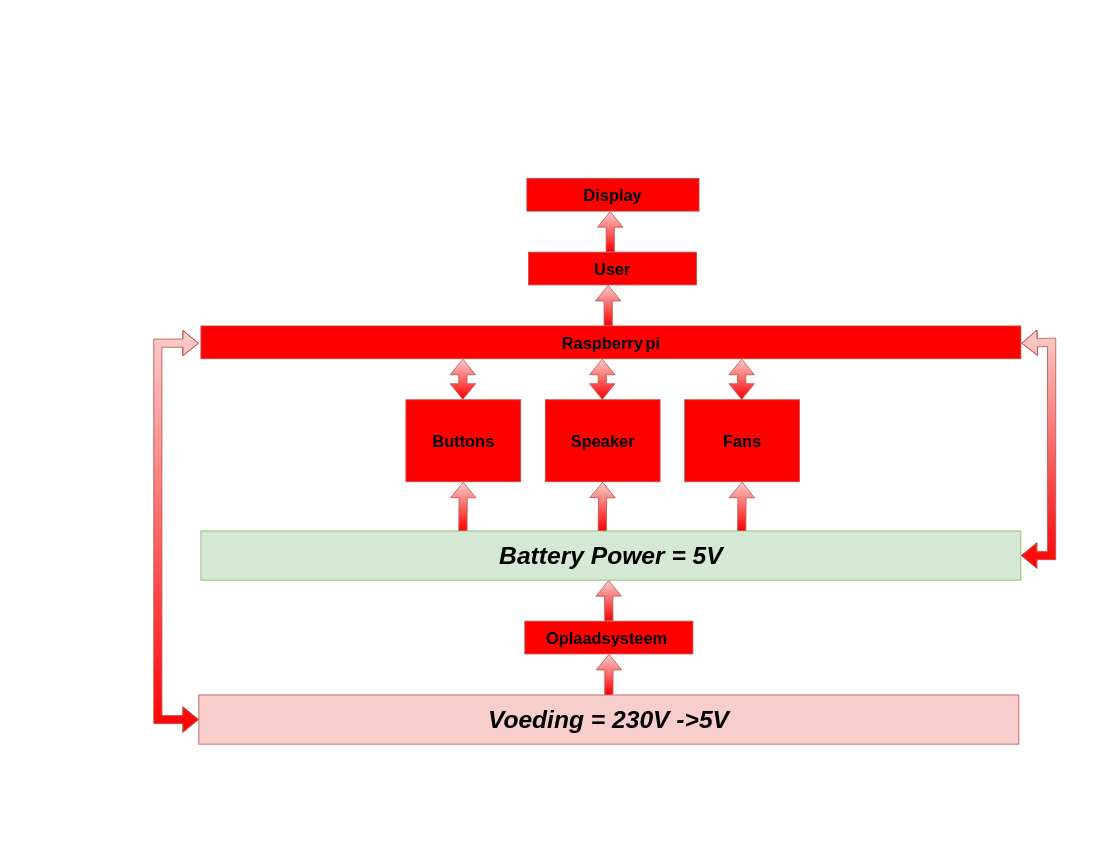
Before: page "Pagina-1" (1 of 2) of Circuits-Schema's/architecture.drawio in vives-project-xp/HandheldRetropie, a draw.io diagram. Source tidied: cells renumbered, new cells numbered last; positions are measured from the earlier drawing's top-left corner, leaving out a move shared by most shapes. Both pictures are drawn from the tidied source at 82%, with x=0, y=0 at pixel (157, 178).
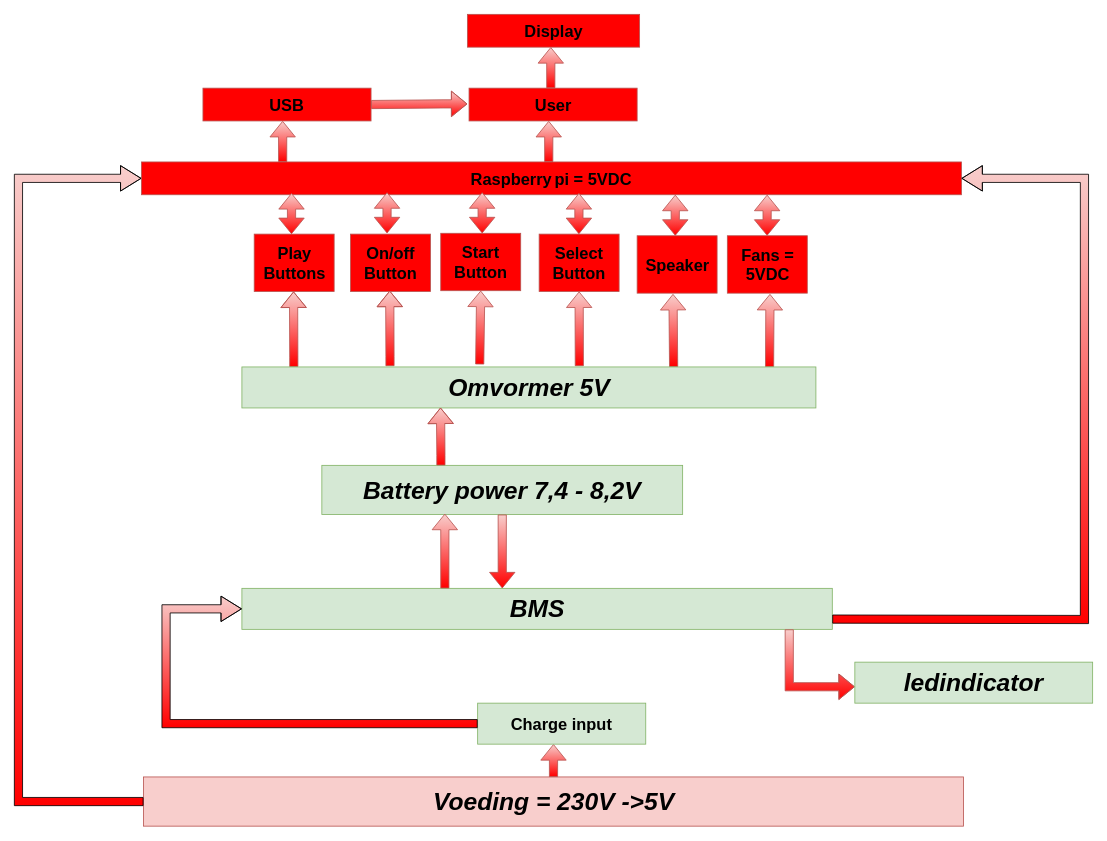
After the change.

What changed in the source:
```diff
@@
-    <mxCell id="2" value="&lt;font style=&quot;font-size: 30px;&quot;&gt;&lt;b&gt;&lt;i&gt;Battery Power = 5V&lt;/i&gt;&lt;/b&gt;&lt;/font&gt;" style="text;html=1;align=center;verticalAlign=middle;whiteSpace=wrap;rounded=0;fillColor=#d5e8d4;strokeColor=#82b366;" parent="1" vertex="1">
-      <mxGeometry x="52.5" y="430" width="1000" height="60" as="geometry" />
+    <mxCell id="2" value="&lt;span style=&quot;font-size: 30px;&quot;&gt;&lt;b&gt;&lt;i&gt;Battery power 7,4 - 8,2V&lt;/i&gt;&lt;/b&gt;&lt;/span&gt;" style="text;html=1;align=center;verticalAlign=middle;whiteSpace=wrap;rounded=0;fillColor=#d5e8d4;strokeColor=#82b366;" parent="1" vertex="1">
+      <mxGeometry x="200" y="350" width="440" height="60" as="geometry" />
     </mxCell>
     <mxCell id="3" value="&lt;b&gt;&lt;i&gt;&lt;font style=&quot;font-size: 30px;&quot;&gt;Voeding = 230V -&amp;gt;5V&lt;/font&gt;&lt;/i&gt;&lt;/b&gt;" style="rounded=0;whiteSpace=wrap;html=1;fillColor=#f8cecc;strokeColor=#b85450;" parent="1" vertex="1">
-      <mxGeometry x="50" y="630" width="1000" height="60" as="geometry" />
+      <mxGeometry x="-17.5" y="730" width="1000" height="60" as="geometry" />
     </mxCell>
-    <mxCell id="4" value="&lt;b&gt;&lt;font style=&quot;font-size: 20px;&quot;&gt;Buttons&lt;/font&gt;&lt;/b&gt;" style="rounded=0;whiteSpace=wrap;html=1;fillColor=#FF0000;gradientColor=#FF0000;strokeColor=#b85450;" parent="1" vertex="1">
-      <mxGeometry x="302.5" y="270" width="140" height="100" as="geometry" />
+    <mxCell id="4" value="&lt;b&gt;&lt;font style=&quot;font-size: 20px;&quot;&gt;Play Buttons&lt;/font&gt;&lt;/b&gt;" style="rounded=0;whiteSpace=wrap;html=1;fillColor=#FF0000;gradientColor=#FF0000;strokeColor=#b85450;" parent="1" vertex="1">
+      <mxGeometry x="117.5" y="68" width="97.5" height="70" as="geometry" />
     </mxCell>
     <mxCell id="5" value="&lt;font style=&quot;font-size: 20px;&quot;&gt;&lt;b&gt;Speaker&lt;/b&gt;&lt;/font&gt;" style="rounded=0;whiteSpace=wrap;html=1;fillColor=#FF0000;gradientColor=#FF0000;strokeColor=#b85450;" parent="1" vertex="1">
-      <mxGeometry x="472.5" y="270" width="140" height="100" as="geometry" />
+      <mxGeometry x="584.5" y="70" width="97.5" height="70" as="geometry" />
     </mxCell>
     <mxCell id="6" value="&lt;font style=&quot;font-size: 20px;&quot;&gt;&lt;b&gt;Display&lt;/b&gt;&lt;/font&gt;" style="rounded=0;whiteSpace=wrap;html=1;fillColor=#FF0000;gradientColor=#FF0000;strokeColor=#b85450;" parent="1" vertex="1">
-      <mxGeometry x="450" width="210" height="40" as="geometry" />
+      <mxGeometry x="377.5" y="-200" width="210" height="40" as="geometry" />
     </mxCell>
-    <mxCell id="7" style="shape=flexArrow;endArrow=classic;html=1;rounded=0;fillColor=#f8cecc;strokeColor=#b85450;gradientColor=#FF0000;entryX=0.5;entryY=1;entryDx=0;entryDy=0;" parent="1" edge="1" target="4">
-      <mxGeometry relative="1" as="geometry">
-        <mxPoint x="372" y="430" as="sourcePoint" />
-      </mxGeometry>
-    </mxCell>
-    <mxCell id="8" style="shape=flexArrow;endArrow=classic;html=1;rounded=0;fillColor=#f8cecc;strokeColor=#b85450;gradientColor=#FF0000;entryX=0.5;entryY=1;entryDx=0;entryDy=0;" parent="1" edge="1">
+    <mxCell id="8" style="shape=flexArrow;endArrow=classic;html=1;rounded=0;fillColor=#f8cecc;strokeColor=#b85450;gradientColor=#FF0000;" parent="1" edge="1">
       <mxGeometry relative="1" as="geometry">
-        <mxPoint x="542" y="430" as="sourcePoint" />
-        <mxPoint x="542.5" y="370" as="targetPoint" />
+        <mxPoint x="629" y="230" as="sourcePoint" />
+        <mxPoint x="628.2" y="141" as="targetPoint" />
       </mxGeometry>
     </mxCell>
-    <mxCell id="9" value="&lt;b&gt;&lt;font style=&quot;font-size: 20px;&quot;&gt;Raspberry&lt;/font&gt; &lt;font style=&quot;font-size: 20px;&quot;&gt;pi&lt;/font&gt;&lt;/b&gt;" style="rounded=0;whiteSpace=wrap;html=1;fillColor=#FF0000;gradientColor=#FF0000;strokeColor=#b85450;" parent="1" vertex="1">
-      <mxGeometry x="52.5" y="180" width="1000" height="40" as="geometry" />
+    <mxCell id="9" value="&lt;b&gt;&lt;font style=&quot;font-size: 20px;&quot;&gt;Raspberry&lt;/font&gt; &lt;font style=&quot;font-size: 20px;&quot;&gt;pi = 5VDC&lt;/font&gt;&lt;/b&gt;" style="rounded=0;whiteSpace=wrap;html=1;fillColor=#FF0000;gradientColor=#FF0000;strokeColor=#b85450;" parent="1" vertex="1">
+      <mxGeometry x="-20" y="-20" width="1000" height="40" as="geometry" />
     </mxCell>
     <mxCell id="10" style="shape=flexArrow;endArrow=classic;startArrow=classic;html=1;rounded=0;fillColor=#f8cecc;gradientColor=#ff0000;strokeColor=#b85450;" parent="1" edge="1">
       <mxGeometry relative="1" as="geometry">
-        <mxPoint x="372" y="270" as="sourcePoint" />
-        <mxPoint x="372" y="220" as="targetPoint" />
+        <mxPoint x="163" y="68" as="sourcePoint" />
+        <mxPoint x="163" y="18" as="targetPoint" />
       </mxGeometry>
     </mxCell>
     <mxCell id="11" style="shape=flexArrow;endArrow=classic;startArrow=classic;html=1;rounded=0;fillColor=#f8cecc;gradientColor=#ff0000;strokeColor=#b85450;" parent="1" edge="1">
       <mxGeometry relative="1" as="geometry">
-        <mxPoint x="542" y="270" as="sourcePoint" />
-        <mxPoint x="542" y="220" as="targetPoint" />
+        <mxPoint x="631" y="70" as="sourcePoint" />
+        <mxPoint x="631" y="20" as="targetPoint" />
       </mxGeometry>
     </mxCell>
-    <mxCell id="12" style="shape=flexArrow;endArrow=classic;startArrow=classic;html=1;rounded=0;fillColor=#f8cecc;gradientColor=#ff0000;strokeColor=#b85450;exitX=0;exitY=0.5;exitDx=0;exitDy=0;" parent="1" edge="1" source="3">
-      <mxGeometry relative="1" as="geometry">
-        <mxPoint x="50" y="201" as="targetPoint" />
-        <Array as="points">
-          <mxPoint y="660" />
-          <mxPoint y="301" />
-          <mxPoint y="201" />
-        </Array>
-      </mxGeometry>
-    </mxCell>
-    <mxCell id="13" style="shape=flexArrow;endArrow=classic;startArrow=classic;html=1;rounded=0;fillColor=#f8cecc;gradientColor=#ff0000;strokeColor=#b85450;exitX=1;exitY=0.5;exitDx=0;exitDy=0;" parent="1" edge="1" source="2">
-      <mxGeometry relative="1" as="geometry">
-        <mxPoint x="1053" y="201" as="targetPoint" />
-        <Array as="points">
-          <mxPoint x="1090" y="460" />
-          <mxPoint x="1090" y="290" />
-          <mxPoint x="1090" y="200" />
-        </Array>
-      </mxGeometry>
-    </mxCell>
-    <mxCell id="14" value="&lt;b&gt;&lt;font style=&quot;font-size: 20px;&quot;&gt;Fans&lt;/font&gt;&lt;/b&gt;" style="rounded=0;whiteSpace=wrap;html=1;fillColor=#FF0000;gradientColor=#FF0000;strokeColor=#b85450;" parent="1" vertex="1">
-      <mxGeometry x="642.5" y="270" width="140" height="100" as="geometry" />
+    <mxCell id="14" value="&lt;span style=&quot;font-size: 20px;&quot;&gt;&lt;b&gt;Fans = 5VDC&lt;/b&gt;&lt;/span&gt;" style="rounded=0;whiteSpace=wrap;html=1;fillColor=#FF0000;gradientColor=#FF0000;strokeColor=#b85450;" parent="1" vertex="1">
+      <mxGeometry x="694.5" y="70" width="97.5" height="70" as="geometry" />
     </mxCell>
-    <mxCell id="15" style="shape=flexArrow;endArrow=classic;html=1;rounded=0;fillColor=#f8cecc;strokeColor=#b85450;gradientColor=#FF0000;entryX=0.5;entryY=1;entryDx=0;entryDy=0;" parent="1" edge="1">
+    <mxCell id="15" style="shape=flexArrow;endArrow=classic;html=1;rounded=0;fillColor=#f8cecc;strokeColor=#b85450;gradientColor=#FF0000;" parent="1" edge="1">
       <mxGeometry relative="1" as="geometry">
-        <mxPoint x="712" y="430" as="sourcePoint" />
-        <mxPoint x="712.5" y="370" as="targetPoint" />
+        <mxPoint x="746" y="230" as="sourcePoint" />
+        <mxPoint x="746.5" y="141" as="targetPoint" />
       </mxGeometry>
     </mxCell>
     <mxCell id="16" style="shape=flexArrow;endArrow=classic;startArrow=classic;html=1;rounded=0;fillColor=#f8cecc;gradientColor=#ff0000;strokeColor=#b85450;" parent="1" edge="1">
       <mxGeometry relative="1" as="geometry">
-        <mxPoint x="712" y="270" as="sourcePoint" />
-        <mxPoint x="712" y="220" as="targetPoint" />
+        <mxPoint x="743" y="70" as="sourcePoint" />
+        <mxPoint x="743" y="20" as="targetPoint" />
       </mxGeometry>
     </mxCell>
     <mxCell id="17" value="&lt;font style=&quot;font-size: 20px;&quot;&gt;&lt;b&gt;User&lt;/b&gt;&lt;/font&gt;" style="rounded=0;whiteSpace=wrap;html=1;fillColor=#FF0000;gradientColor=#FF0000;strokeColor=#b85450;" parent="1" vertex="1">
-      <mxGeometry x="452" y="90" width="205" height="40" as="geometry" />
+      <mxGeometry x="379.5" y="-110" width="205" height="40" as="geometry" />
     </mxCell>
     <mxCell id="18" style="shape=flexArrow;endArrow=classic;html=1;rounded=0;fillColor=#f8cecc;strokeColor=#b85450;gradientColor=#FF0000;" parent="1" edge="1">
       <mxGeometry relative="1" as="geometry">
-        <mxPoint x="549.2" y="180" as="sourcePoint" />
-        <mxPoint x="549.2" y="130" as="targetPoint" />
+        <mxPoint x="476.7" y="-20" as="sourcePoint" />
+        <mxPoint x="476.7" y="-70" as="targetPoint" />
       </mxGeometry>
     </mxCell>
-    <mxCell id="19" value="&lt;font style=&quot;font-size: 20px;&quot;&gt;&lt;b&gt;Oplaadsysteem&amp;nbsp;&lt;/b&gt;&lt;/font&gt;" style="rounded=0;whiteSpace=wrap;html=1;fillColor=#FF0000;gradientColor=#FF0000;strokeColor=#b85450;" parent="1" vertex="1">
-      <mxGeometry x="447.5" y="540" width="205" height="40" as="geometry" />
-    </mxCell>
-    <mxCell id="20" style="shape=flexArrow;endArrow=classic;html=1;rounded=0;fillColor=#f8cecc;strokeColor=#b85450;gradientColor=#FF0000;entryX=0.5;entryY=1;entryDx=0;entryDy=0;" parent="1" edge="1">
+    <mxCell id="20" style="shape=flexArrow;endArrow=classic;html=1;rounded=0;fillColor=#f8cecc;strokeColor=#b85450;gradientColor=#FF0000;" parent="1" edge="1">
       <mxGeometry relative="1" as="geometry">
-        <mxPoint x="550" y="630" as="sourcePoint" />
-        <mxPoint x="550.2" y="580" as="targetPoint" />
+        <mxPoint x="482.5" y="730" as="sourcePoint" />
+        <mxPoint x="482.5" y="690" as="targetPoint" />
       </mxGeometry>
     </mxCell>
-    <mxCell id="21" style="shape=flexArrow;endArrow=classic;html=1;rounded=0;fillColor=#f8cecc;strokeColor=#b85450;gradientColor=#FF0000;entryX=0.5;entryY=1;entryDx=0;entryDy=0;exitX=0.5;exitY=0;exitDx=0;exitDy=0;" parent="1" edge="1" source="19">
-      <mxGeometry relative="1" as="geometry">
-        <mxPoint x="549.7" y="490" as="targetPoint" />
-      </mxGeometry>
-    </mxCell>
     <mxCell id="22" style="shape=flexArrow;endArrow=classic;html=1;rounded=0;fillColor=#f8cecc;strokeColor=#b85450;gradientColor=#FF0000;" parent="1" edge="1">
       <mxGeometry relative="1" as="geometry">
-        <mxPoint x="551.7" y="90" as="sourcePoint" />
-        <mxPoint x="551.7" y="40" as="targetPoint" />
+        <mxPoint x="479.2" y="-110" as="sourcePoint" />
+        <mxPoint x="479.2" y="-160" as="targetPoint" />
       </mxGeometry>
     </mxCell>
+    <mxCell id="23" value="&lt;span style=&quot;font-size: 20px;&quot;&gt;&lt;b&gt;On/off Button&lt;/b&gt;&lt;/span&gt;" style="rounded=0;whiteSpace=wrap;html=1;fillColor=#FF0000;gradientColor=#FF0000;strokeColor=#b85450;" parent="1" vertex="1">
+      <mxGeometry x="235" y="68" width="97.5" height="70" as="geometry" />
+    </mxCell>
+    <mxCell id="24" style="shape=flexArrow;endArrow=classic;startArrow=classic;html=1;rounded=0;fillColor=#f8cecc;gradientColor=#ff0000;strokeColor=#b85450;" parent="1" edge="1">
+      <mxGeometry relative="1" as="geometry">
+        <mxPoint x="279.5" y="67" as="sourcePoint" />
+        <mxPoint x="279.5" y="17" as="targetPoint" />
+      </mxGeometry>
+    </mxCell>
+    <mxCell id="25" value="&lt;span style=&quot;font-size: 20px;&quot;&gt;&lt;b&gt;Start Button&lt;/b&gt;&lt;/span&gt;" style="rounded=0;whiteSpace=wrap;html=1;fillColor=#FF0000;gradientColor=#FF0000;strokeColor=#b85450;" parent="1" vertex="1">
+      <mxGeometry x="345" y="67" width="97.5" height="70" as="geometry" />
+    </mxCell>
+    <mxCell id="26" style="shape=flexArrow;endArrow=classic;html=1;rounded=0;fillColor=#f8cecc;strokeColor=#b85450;gradientColor=#FF0000;entryX=0.5;entryY=1;entryDx=0;entryDy=0;exitX=0.275;exitY=-0.019;exitDx=0;exitDy=0;exitPerimeter=0;" parent="1" edge="1" target="25">
+      <mxGeometry relative="1" as="geometry">
+        <mxPoint x="392.5" y="226.9" as="sourcePoint" />
+      </mxGeometry>
+    </mxCell>
+    <mxCell id="27" style="shape=flexArrow;endArrow=classic;startArrow=classic;html=1;rounded=0;fillColor=#f8cecc;gradientColor=#ff0000;strokeColor=#b85450;" parent="1" edge="1">
+      <mxGeometry relative="1" as="geometry">
+        <mxPoint x="395.5" y="67" as="sourcePoint" />
+        <mxPoint x="395.5" y="17" as="targetPoint" />
+      </mxGeometry>
+    </mxCell>
+    <mxCell id="28" value="&lt;span style=&quot;font-size: 20px;&quot;&gt;&lt;b&gt;Select Button&lt;/b&gt;&lt;/span&gt;" style="rounded=0;whiteSpace=wrap;html=1;fillColor=#FF0000;gradientColor=#FF0000;strokeColor=#b85450;" parent="1" vertex="1">
+      <mxGeometry x="465" y="68" width="97.5" height="70" as="geometry" />
+    </mxCell>
+    <mxCell id="29" style="shape=flexArrow;endArrow=classic;html=1;rounded=0;fillColor=#f8cecc;strokeColor=#b85450;gradientColor=#FF0000;entryX=0.5;entryY=1;entryDx=0;entryDy=0;exitX=0.386;exitY=0;exitDx=0;exitDy=0;exitPerimeter=0;" parent="1" edge="1" target="28">
+      <mxGeometry relative="1" as="geometry">
+        <mxPoint x="514" y="229" as="sourcePoint" />
+      </mxGeometry>
+    </mxCell>
+    <mxCell id="30" style="shape=flexArrow;endArrow=classic;startArrow=classic;html=1;rounded=0;fillColor=#f8cecc;gradientColor=#ff0000;strokeColor=#b85450;" parent="1" edge="1">
+      <mxGeometry relative="1" as="geometry">
+        <mxPoint x="513.5" y="68" as="sourcePoint" />
+        <mxPoint x="513.5" y="18" as="targetPoint" />
+      </mxGeometry>
+    </mxCell>
+    <mxCell id="31" style="shape=flexArrow;endArrow=classic;html=1;rounded=0;fillColor=#f8cecc;strokeColor=#b85450;gradientColor=#FF0000;entryX=0.5;entryY=1;entryDx=0;entryDy=0;" parent="1" edge="1">
+      <mxGeometry relative="1" as="geometry">
+        <mxPoint x="165.8" y="230" as="sourcePoint" />
+        <mxPoint x="165.5" y="138" as="targetPoint" />
+        <Array as="points">
+          <mxPoint x="165.8" y="218" />
+        </Array>
+      </mxGeometry>
+    </mxCell>
+    <mxCell id="32" value="&lt;span style=&quot;font-size: 20px;&quot;&gt;&lt;b&gt;Charge input&lt;/b&gt;&lt;/span&gt;" style="rounded=0;whiteSpace=wrap;html=1;fillColor=#D5E8D4;gradientColor=none;strokeColor=#82B366;" parent="1" vertex="1">
+      <mxGeometry x="390" y="640" width="205" height="50" as="geometry" />
+    </mxCell>
+    <mxCell id="33" value="&lt;span style=&quot;font-size: 30px;&quot;&gt;&lt;b&gt;&lt;i&gt;BMS&lt;/i&gt;&lt;/b&gt;&lt;/span&gt;" style="text;html=1;align=center;verticalAlign=middle;whiteSpace=wrap;rounded=0;fillColor=#d5e8d4;strokeColor=#82b366;" parent="1" vertex="1">
+      <mxGeometry x="102.5" y="500" width="720" height="50" as="geometry" />
+    </mxCell>
+    <mxCell id="34" style="shape=flexArrow;endArrow=classic;html=1;rounded=0;fontSize=12;startSize=8;endSize=8;exitX=0;exitY=0.5;exitDx=0;exitDy=0;fillColor=#F8CECC;gradientColor=#FF0000;entryX=0;entryY=0.5;entryDx=0;entryDy=0;" parent="1" edge="1" source="32" target="33">
+      <mxGeometry relative="1" as="geometry">
+        <Array as="points">
+          <mxPoint x="10" y="665" />
+          <mxPoint x="10" y="525" />
+        </Array>
+      </mxGeometry>
+    </mxCell>
+    <mxCell id="35" style="shape=flexArrow;endArrow=classic;html=1;rounded=0;fontSize=12;startSize=8;endSize=8;fillColor=#F8CECC;gradientColor=#FF0000;entryX=0;entryY=0.75;entryDx=0;entryDy=0;exitX=0;exitY=0.5;exitDx=0;exitDy=0;" parent="1" edge="1" source="3">
+      <mxGeometry relative="1" as="geometry">
+        <mxPoint x="-20" as="targetPoint" />
+        <Array as="points">
+          <mxPoint x="-170" y="760" />
+          <mxPoint x="-170" />
+        </Array>
+      </mxGeometry>
+    </mxCell>
+    <mxCell id="36" style="shape=flexArrow;endArrow=classic;html=1;rounded=0;fontSize=12;startSize=8;endSize=8;fillColor=#F8CECC;gradientColor=#FF0000;exitX=1;exitY=0.75;exitDx=0;exitDy=0;" parent="1" edge="1" source="33">
+      <mxGeometry relative="1" as="geometry">
+        <mxPoint x="980" as="targetPoint" />
+        <Array as="points">
+          <mxPoint x="1130" y="538" />
+          <mxPoint x="1130" />
+        </Array>
+      </mxGeometry>
+    </mxCell>
+    <mxCell id="37" style="shape=flexArrow;endArrow=classic;html=1;rounded=0;fillColor=#f8cecc;strokeColor=#b85450;gradientColor=#FF0000;entryX=0.5;entryY=1;entryDx=0;entryDy=0;" parent="1" edge="1">
+      <mxGeometry relative="1" as="geometry">
+        <mxPoint x="283.1" y="229" as="sourcePoint" />
+        <mxPoint x="282.8" y="137" as="targetPoint" />
+        <Array as="points">
+          <mxPoint x="283.1" y="217" />
+        </Array>
+      </mxGeometry>
+    </mxCell>
+    <mxCell id="38" style="shape=flexArrow;endArrow=classic;html=1;rounded=0;fillColor=#f8cecc;strokeColor=#b85450;gradientColor=#FF0000;" parent="1" edge="1">
+      <mxGeometry relative="1" as="geometry">
+        <mxPoint x="770" y="550" as="sourcePoint" />
+        <mxPoint x="850" y="620" as="targetPoint" />
+        <Array as="points">
+          <mxPoint x="770" y="620" />
+        </Array>
+      </mxGeometry>
+    </mxCell>
+    <mxCell id="39" value="&lt;span style=&quot;font-size: 30px;&quot;&gt;&lt;b&gt;&lt;i&gt;ledindicator&lt;/i&gt;&lt;/b&gt;&lt;/span&gt;" style="text;html=1;align=center;verticalAlign=middle;whiteSpace=wrap;rounded=0;fillColor=#d5e8d4;strokeColor=#82b366;" parent="1" vertex="1">
+      <mxGeometry x="850" y="590" width="290" height="50" as="geometry" />
+    </mxCell>
+    <mxCell id="40" value="&lt;font style=&quot;font-size: 20px;&quot;&gt;&lt;b&gt;USB&lt;/b&gt;&lt;/font&gt;" style="rounded=0;whiteSpace=wrap;html=1;fillColor=#FF0000;gradientColor=#FF0000;strokeColor=#b85450;" parent="1" vertex="1">
+      <mxGeometry x="55" y="-110" width="205" height="40" as="geometry" />
+    </mxCell>
+    <mxCell id="41" style="shape=flexArrow;endArrow=classic;html=1;rounded=0;fillColor=#f8cecc;strokeColor=#b85450;gradientColor=#FF0000;" parent="1" edge="1">
+      <mxGeometry relative="1" as="geometry">
+        <mxPoint x="152.2" y="-20" as="sourcePoint" />
+        <mxPoint x="152.2" y="-70" as="targetPoint" />
+      </mxGeometry>
+    </mxCell>
+    <mxCell id="42" style="shape=flexArrow;endArrow=classic;html=1;rounded=0;fillColor=#f8cecc;strokeColor=#b85450;gradientColor=#FF0000;exitX=1;exitY=0.5;exitDx=0;exitDy=0;" parent="1" edge="1" source="40">
+      <mxGeometry relative="1" as="geometry">
+        <mxPoint x="377.5" y="-90.8" as="targetPoint" />
+        <Array as="points">
+          <mxPoint x="347.8" y="-90.8" />
+        </Array>
+      </mxGeometry>
+    </mxCell>
+    <mxCell id="43" value="&lt;span style=&quot;font-size: 30px;&quot;&gt;&lt;b&gt;&lt;i&gt;Omvormer 5V&lt;/i&gt;&lt;/b&gt;&lt;/span&gt;" style="text;html=1;align=center;verticalAlign=middle;whiteSpace=wrap;rounded=0;fillColor=#d5e8d4;strokeColor=#82b366;" parent="1" vertex="1">
+      <mxGeometry x="102.5" y="230" width="700" height="50" as="geometry" />
+    </mxCell>
+    <mxCell id="44" style="shape=flexArrow;endArrow=classic;html=1;rounded=0;fillColor=#f8cecc;strokeColor=#b85450;gradientColor=#FF0000;entryX=0.5;entryY=1;entryDx=0;entryDy=0;exitX=0.386;exitY=0;exitDx=0;exitDy=0;exitPerimeter=0;" parent="1" edge="1">
+      <mxGeometry relative="1" as="geometry">
+        <mxPoint x="350" y="500" as="sourcePoint" />
+        <mxPoint x="350" y="409" as="targetPoint" />
+      </mxGeometry>
+    </mxCell>
+    <mxCell id="45" style="shape=flexArrow;endArrow=classic;html=1;rounded=0;fillColor=#f8cecc;strokeColor=#b85450;gradientColor=#FF0000;" parent="1" edge="1" source="2">
+      <mxGeometry relative="1" as="geometry">
+        <mxPoint x="420" y="500" as="targetPoint" />
+      </mxGeometry>
+    </mxCell>
+    <mxCell id="46" style="shape=flexArrow;endArrow=classic;html=1;rounded=0;fillColor=#f8cecc;strokeColor=#b85450;gradientColor=#FF0000;entryX=0.346;entryY=0.991;entryDx=0;entryDy=0;entryPerimeter=0;" parent="1" edge="1" target="43">
+      <mxGeometry relative="1" as="geometry">
+        <mxPoint x="345.2" y="350" as="sourcePoint" />
+        <Array as="points">
+          <mxPoint x="345.2" y="338" />
+        </Array>
+      </mxGeometry>
+    </mxCell>
```
